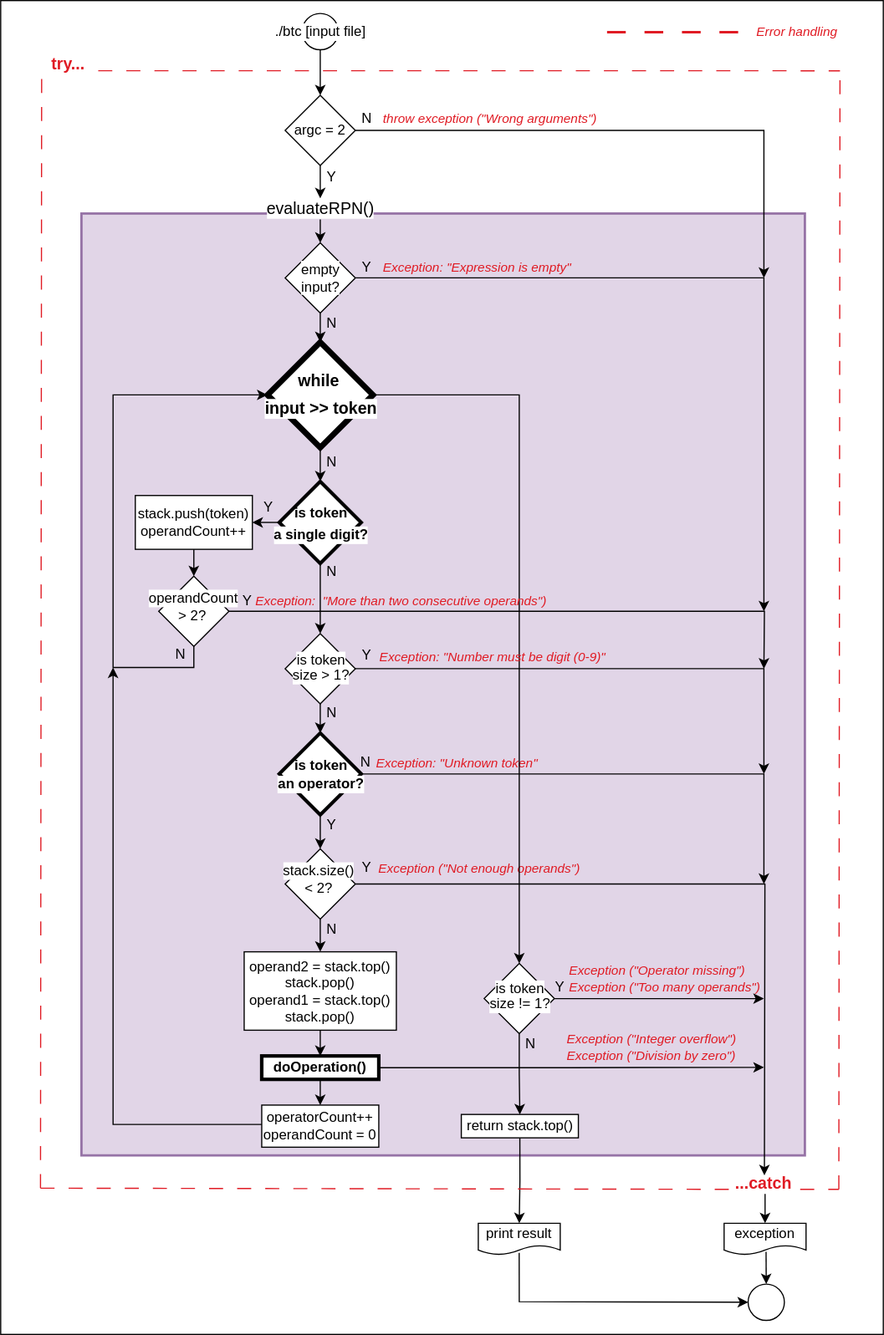
ccg-v/cpp_modules keeps this draw.io diagram as cpp_09/ex01/assets/RPN.svg. Above is the earlier version. Source tidied: cells renumbered, new cells last; positions are measured from the earlier drawing's top-left corner, leaving out a move shared by most shapes.
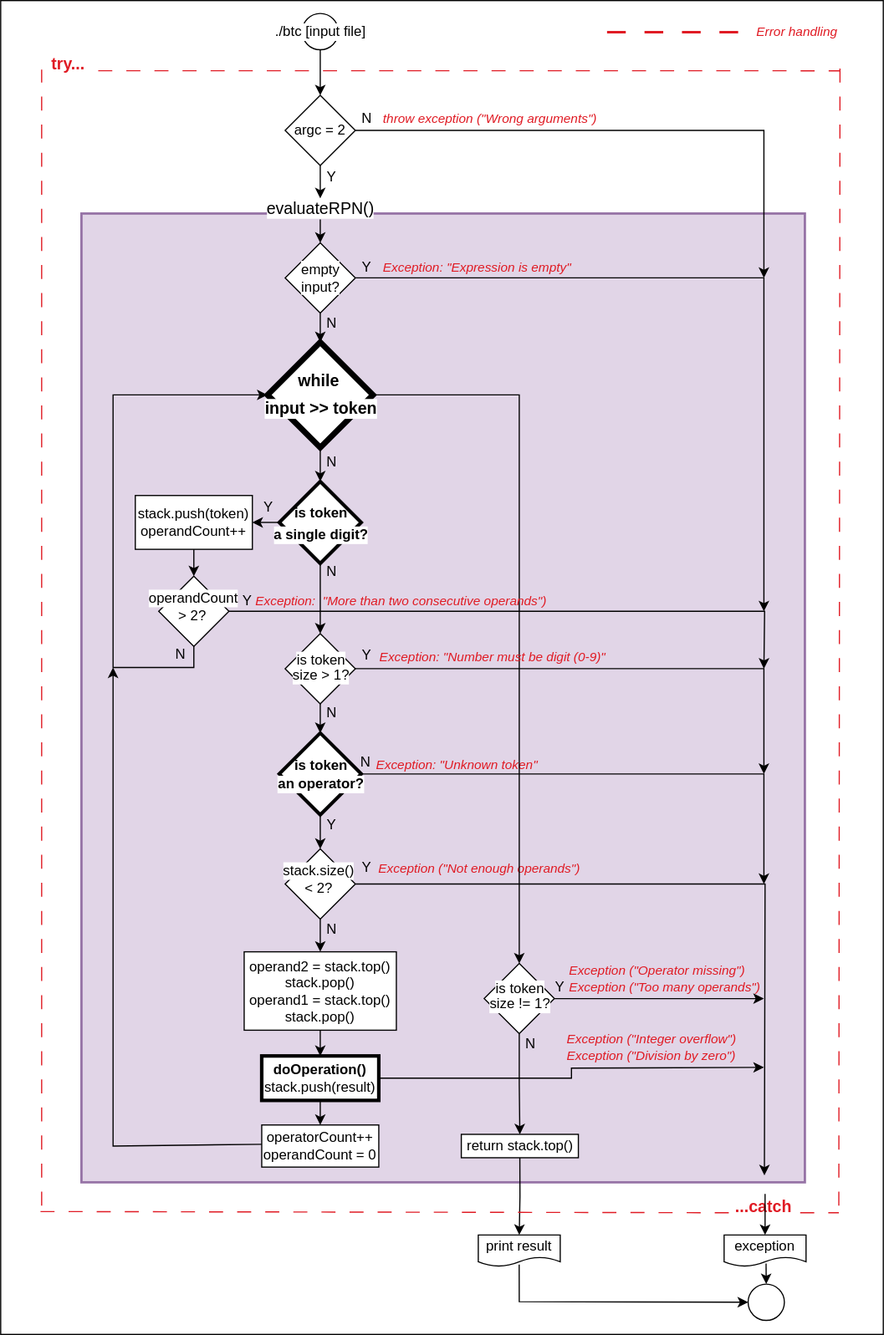
The same diagram one commit later.

Commit message:
Flow chart modified

Diff of the diagram source:
```diff
@@ -19,7 +19,7 @@
       <mxGeometry x="240" y="764" width="84" height="10" as="geometry" />
     </mxCell>
     <mxCell id="8" style="rounded=0;whiteSpace=wrap;html=1;fillColor=#e1d5e7;strokeColor=#9673a6;strokeWidth=2;" parent="3" vertex="1">
-      <mxGeometry x="69" y="182" width="618" height="805" as="geometry" />
+      <mxGeometry x="69" y="182" width="618" height="828" as="geometry" />
     </mxCell>
     <mxCell id="9" value="Todo&#10;Todo" parent="0" />
     <mxCell id="10" value="argc = 2" style="rhombus;whiteSpace=wrap;html=1;" parent="9" vertex="1">
@@ -81,10 +81,10 @@
       <mxGeometry x="243" y="725" width="60" height="60" as="geometry" />
     </mxCell>
     <mxCell id="25" value="print result" style="shape=document;whiteSpace=wrap;html=1;boundedLbl=1;" parent="9" vertex="1">
-      <mxGeometry x="408" y="1045" width="70" height="27" as="geometry" />
+      <mxGeometry x="408" y="1055" width="70" height="27" as="geometry" />
     </mxCell>
     <mxCell id="26" value="&lt;div&gt;exception&lt;br&gt;&lt;/div&gt;" style="shape=document;whiteSpace=wrap;html=1;boundedLbl=1;" parent="9" vertex="1">
-      <mxGeometry x="618" y="1045" width="70" height="27" as="geometry" />
+      <mxGeometry x="618" y="1055" width="70" height="27" as="geometry" />
     </mxCell>
     <mxCell id="27" value="&lt;div&gt;Exception: &quot;Unknown token&quot;&lt;/div&gt;" style="text;strokeColor=none;align=left;fillColor=none;html=1;verticalAlign=middle;whiteSpace=wrap;rounded=0;fontStyle=2;fontSize=11;fontColor=#E01B24;" parent="9" vertex="1">
       <mxGeometry x="319" y="645" width="240" height="15" as="geometry" />
@@ -111,7 +111,7 @@
       <mxGeometry x="31" y="44" width="50" height="20" as="geometry" />
     </mxCell>
     <mxCell id="35" value="&amp;nbsp; ...catch&amp;nbsp; " style="text;strokeColor=none;align=center;fillColor=none;html=1;verticalAlign=middle;whiteSpace=wrap;rounded=0;fontStyle=1;fontSize=14;labelBackgroundColor=none;fontColor=#E01B24;" parent="9" vertex="1">
-      <mxGeometry x="615" y="1001" width="70" height="20" as="geometry" />
+      <mxGeometry x="615" y="1021" width="70" height="20" as="geometry" />
     </mxCell>
     <mxCell id="36" style="ellipse;whiteSpace=wrap;html=1;" parent="9" vertex="1">
       <mxGeometry x="638.5" y="1097" width="31" height="31" as="geometry" />
@@ -206,7 +206,7 @@
       <mxGeometry relative="1" as="geometry" />
     </mxCell>
     <mxCell id="61" value="return stack.top()" style="rounded=0;whiteSpace=wrap;html=1;align=center;verticalAlign=middle;spacingLeft=0;spacing=2;fontFamily=Helvetica;fontSize=12;fontStyle=0;labelBackgroundColor=default;fillStyle=solid;" parent="9" vertex="1">
-      <mxGeometry x="393.5" y="952" width="100" height="20" as="geometry" />
+      <mxGeometry x="393.5" y="969" width="100" height="20" as="geometry" />
     </mxCell>
     <mxCell id="62" style="endArrow=classic;html=1;rounded=0;exitX=0.499;exitY=0.939;exitDx=0;exitDy=0;entryX=0;entryY=0.5;entryDx=0;entryDy=0;exitPerimeter=0;" parent="9" edge="1" source="25">
       <mxGeometry relative="1" as="geometry">
@@ -221,13 +221,13 @@
     </mxCell>
     <mxCell id="64" style="endArrow=none;dashed=1;html=1;rounded=0;dashPattern=12 12;exitX=0;exitY=1;exitDx=0;exitDy=0;strokeColor=#E01B24;" parent="9" edge="1">
       <mxGeometry relative="1" as="geometry">
-        <mxPoint x="34" y="1015" as="sourcePoint" />
-        <mxPoint x="622" y="1016" as="targetPoint" />
+        <mxPoint x="34" y="1035" as="sourcePoint" />
+        <mxPoint x="622" y="1036" as="targetPoint" />
       </mxGeometry>
     </mxCell>
-    <mxCell id="65" style="endArrow=none;dashed=1;html=1;rounded=0;dashPattern=12 12;entryX=0;entryY=0;entryDx=0;entryDy=0;strokeColor=#E01B24;" parent="9" edge="1">
+    <mxCell id="65" style="endArrow=none;dashed=1;html=1;rounded=0;dashPattern=12 12;entryX=0;entryY=0;entryDx=0;entryDy=0;strokeColor=#E01B24;endSize=6;startSize=9;" parent="9" edge="1">
       <mxGeometry relative="1" as="geometry">
-        <mxPoint x="34" y="1015" as="sourcePoint" />
+        <mxPoint x="35" y="1030" as="sourcePoint" />
         <mxPoint x="35" y="59" as="targetPoint" />
       </mxGeometry>
     </mxCell>
@@ -239,7 +239,7 @@
     </mxCell>
     <mxCell id="67" style="endArrow=none;dashed=1;html=1;rounded=0;dashPattern=12 12;entryX=0;entryY=0;entryDx=0;entryDy=0;strokeColor=#E01B24;" parent="9" edge="1">
       <mxGeometry relative="1" as="geometry">
-        <mxPoint x="716" y="1016" as="sourcePoint" />
+        <mxPoint x="716" y="1030" as="sourcePoint" />
         <mxPoint x="717" y="56" as="targetPoint" />
       </mxGeometry>
     </mxCell>
@@ -261,8 +261,8 @@
     </mxCell>
     <mxCell id="71" style="endArrow=none;dashed=1;html=1;dashPattern=12 12;strokeWidth=1;rounded=0;strokeColor=#E01B24;align=center;verticalAlign=middle;fontFamily=Helvetica;fontSize=11;fontColor=default;labelBackgroundColor=default;" parent="9" edge="1">
       <mxGeometry relative="1" as="geometry">
-        <mxPoint x="683" y="1016" as="sourcePoint" />
-        <mxPoint x="716" y="1016" as="targetPoint" />
+        <mxPoint x="683" y="1036" as="sourcePoint" />
+        <mxPoint x="716" y="1036" as="targetPoint" />
       </mxGeometry>
     </mxCell>
     <mxCell id="72" value="Y" style="text;strokeColor=none;align=center;fillColor=none;html=1;verticalAlign=middle;whiteSpace=wrap;rounded=0;" parent="9" vertex="1">
@@ -331,19 +331,20 @@
         <mxPoint x="652" y="911.8" as="targetPoint" />
       </mxGeometry>
     </mxCell>
-    <mxCell id="94" value="doOperation()" style="rounded=0;whiteSpace=wrap;html=1;align=center;verticalAlign=middle;spacingLeft=0;spacing=2;fontFamily=Helvetica;fontSize=12;fontStyle=1;labelBackgroundColor=default;fillStyle=solid;strokeWidth=3;" parent="75" vertex="1">
-      <mxGeometry x="223" y="902" width="100" height="20" as="geometry" />
+    <mxCell id="94" value="&lt;div&gt;doOperation()&lt;/div&gt;&lt;div&gt;&lt;span style=&quot;font-weight: normal;&quot;&gt;stack.push(result)&lt;/span&gt;&lt;/div&gt;" style="rounded=0;whiteSpace=wrap;html=1;align=center;verticalAlign=middle;spacingLeft=0;spacing=2;fontFamily=Helvetica;fontSize=12;fontStyle=1;labelBackgroundColor=default;fillStyle=solid;strokeWidth=3;" parent="75" vertex="1">
+      <mxGeometry x="223" y="902" width="100" height="38" as="geometry" />
     </mxCell>
     <mxCell id="95" style="edgeStyle=orthogonalEdgeStyle;rounded=0;jettySize=auto;html=1;exitX=0.001;exitY=0.459;exitDx=0;exitDy=0;exitPerimeter=0;" parent="75" edge="1" source="96">
       <mxGeometry relative="1" as="geometry">
         <mxPoint x="96" y="570" as="targetPoint" />
         <Array as="points">
-          <mxPoint x="96" y="961" />
+          <mxPoint x="223" y="979" />
+          <mxPoint x="96" y="979" />
         </Array>
       </mxGeometry>
     </mxCell>
     <mxCell id="96" value="operatorCount++&lt;br&gt;operandCount = 0" style="rounded=0;whiteSpace=wrap;html=1;align=center;verticalAlign=middle;spacingLeft=0;spacing=2;fontFamily=Helvetica;fontSize=12;fontStyle=0;labelBackgroundColor=default;fillStyle=solid;" parent="75" vertex="1">
-      <mxGeometry x="223" y="944" width="100" height="36" as="geometry" />
+      <mxGeometry x="223" y="961" width="100" height="36" as="geometry" />
     </mxCell>
     <mxCell id="97" style="edgeStyle=orthogonalEdgeStyle;rounded=0;jettySize=auto;html=1;exitX=0.5;exitY=1;exitDx=0;exitDy=0;" parent="75" edge="1" source="55" target="54">
       <mxGeometry relative="1" as="geometry" />
```
